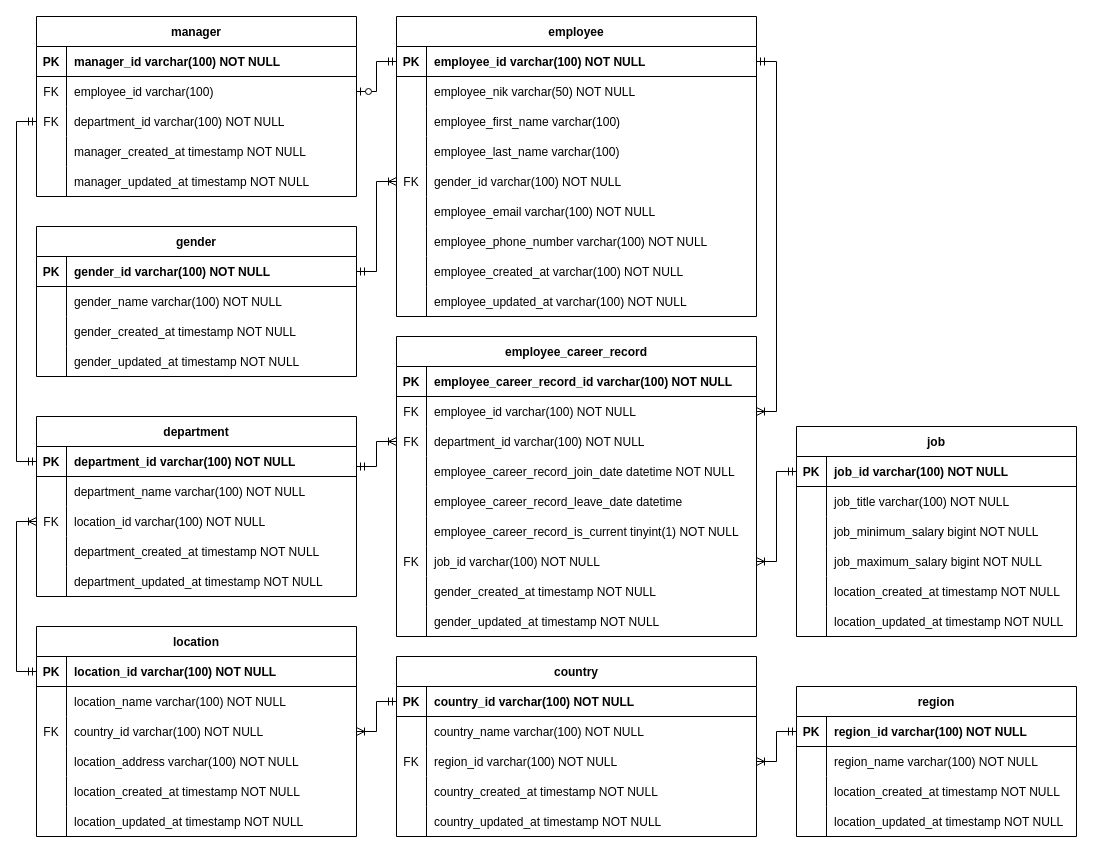
Earlier version of the draw.io diagram pre-test-HRIS.drawio (azmiadhani/diagramsnet). Source tidied: cells renumbered, new cells numbered last; positions are measured from the earlier drawing's top-left corner, leaving out a move shared by most shapes. Both pictures are drawn from the tidied source at 100%, with x=0, y=0 at pixel (16, 16).
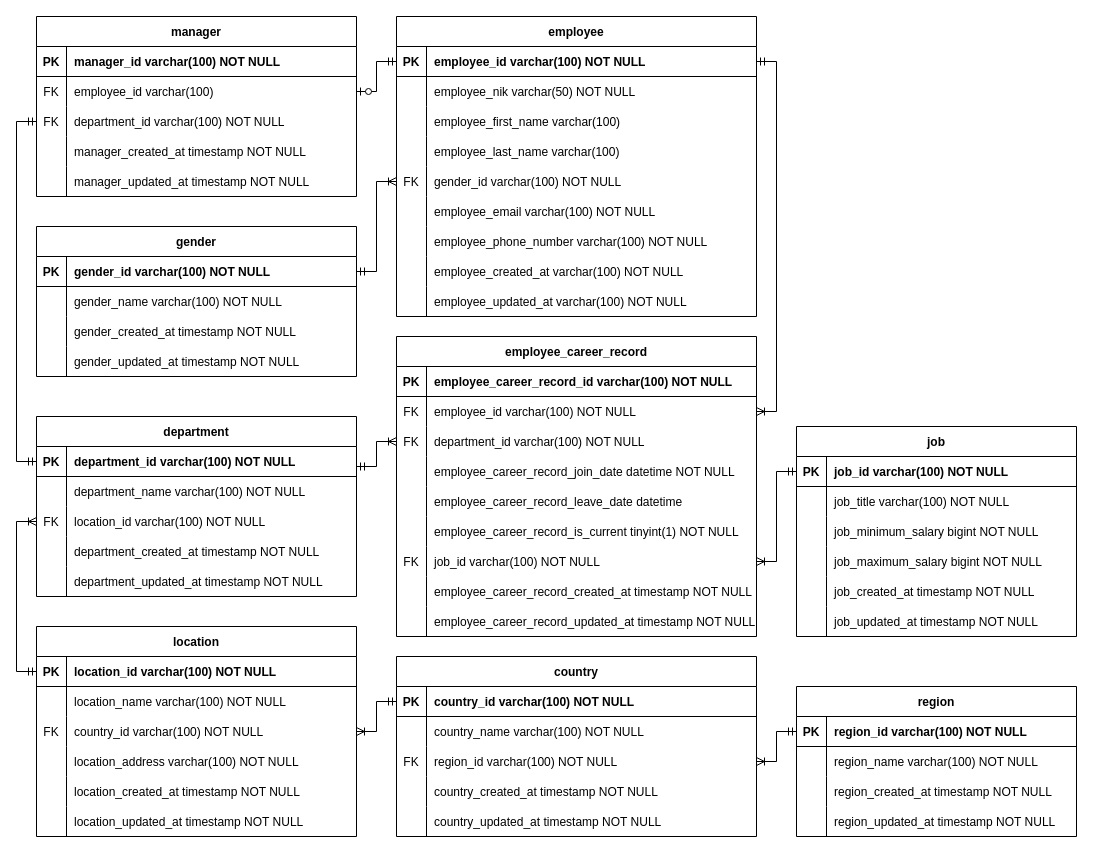
The same page after the edit.

The change refers to these unchanged cells:
```xml
<mxCell id="97" style="shape=partialRectangle;fillColor=none;top=0;left=0;right=0;bottom=0;" parent="75" vertex="1">
  <mxGeometry y="240" width="360" height="30" as="geometry" />
</mxCell>
<mxCell id="100" style="shape=partialRectangle;fillColor=none;top=0;left=0;right=0;bottom=0;" parent="75" vertex="1">
  <mxGeometry y="270" width="360" height="30" as="geometry" />
</mxCell>
<mxCell id="154" style="shape=partialRectangle;fillColor=none;top=0;left=0;right=0;bottom=0;" parent="141" vertex="1">
  <mxGeometry y="150" width="280" height="30" as="geometry" />
</mxCell>
<mxCell id="157" style="shape=partialRectangle;fillColor=none;top=0;left=0;right=0;bottom=0;" parent="141" vertex="1">
  <mxGeometry y="180" width="280" height="30" as="geometry" />
</mxCell>
<mxCell id="167" style="shape=partialRectangle;fillColor=none;top=0;left=0;right=0;bottom=0;" parent="160" vertex="1">
  <mxGeometry y="90" width="280" height="30" as="geometry" />
</mxCell>
<mxCell id="170" style="shape=partialRectangle;fillColor=none;top=0;left=0;right=0;bottom=0;" parent="160" vertex="1">
  <mxGeometry y="120" width="280" height="30" as="geometry" />
</mxCell>
```

Diff of the diagram source:
```diff
@@
-    <mxCell id="99" value="gender_created_at timestamp NOT NULL" style="shape=partialRectangle;overflow=hidden;fillColor=none;top=0;left=0;bottom=0;right=0;align=left;spacingLeft=6;" parent="97" vertex="1">
+    <mxCell id="99" value="employee_career_record_created_at timestamp NOT NULL" style="shape=partialRectangle;overflow=hidden;fillColor=none;top=0;left=0;bottom=0;right=0;align=left;spacingLeft=6;" parent="97" vertex="1">
       <mxGeometry x="30" width="330" height="30" as="geometry" />
     </mxCell>
@@
-    <mxCell id="102" value="gender_updated_at timestamp NOT NULL" style="shape=partialRectangle;overflow=hidden;fillColor=none;top=0;left=0;bottom=0;right=0;align=left;spacingLeft=6;" parent="100" vertex="1">
+    <mxCell id="102" value="employee_career_record_updated_at timestamp NOT NULL" style="shape=partialRectangle;overflow=hidden;fillColor=none;top=0;left=0;bottom=0;right=0;align=left;spacingLeft=6;" parent="100" vertex="1">
       <mxGeometry x="30" width="330" height="30" as="geometry" />
     </mxCell>
@@
-    <mxCell id="156" value="location_created_at timestamp NOT NULL" style="shape=partialRectangle;overflow=hidden;fillColor=none;top=0;left=0;bottom=0;right=0;align=left;spacingLeft=6;" parent="154" vertex="1">
+    <mxCell id="156" value="job_created_at timestamp NOT NULL" style="shape=partialRectangle;overflow=hidden;fillColor=none;top=0;left=0;bottom=0;right=0;align=left;spacingLeft=6;" parent="154" vertex="1">
       <mxGeometry x="30" width="250" height="30" as="geometry" />
     </mxCell>
@@
-    <mxCell id="159" value="location_updated_at timestamp NOT NULL" style="shape=partialRectangle;overflow=hidden;fillColor=none;top=0;left=0;bottom=0;right=0;align=left;spacingLeft=6;" parent="157" vertex="1">
+    <mxCell id="159" value="job_updated_at timestamp NOT NULL" style="shape=partialRectangle;overflow=hidden;fillColor=none;top=0;left=0;bottom=0;right=0;align=left;spacingLeft=6;" parent="157" vertex="1">
       <mxGeometry x="30" width="250" height="30" as="geometry" />
     </mxCell>
@@
-    <mxCell id="169" value="location_created_at timestamp NOT NULL" style="shape=partialRectangle;overflow=hidden;fillColor=none;top=0;left=0;bottom=0;right=0;align=left;spacingLeft=6;" parent="167" vertex="1">
+    <mxCell id="169" value="region_created_at timestamp NOT NULL" style="shape=partialRectangle;overflow=hidden;fillColor=none;top=0;left=0;bottom=0;right=0;align=left;spacingLeft=6;" parent="167" vertex="1">
       <mxGeometry x="30" width="250" height="30" as="geometry" />
     </mxCell>
@@
-    <mxCell id="172" value="location_updated_at timestamp NOT NULL" style="shape=partialRectangle;overflow=hidden;fillColor=none;top=0;left=0;bottom=0;right=0;align=left;spacingLeft=6;" parent="170" vertex="1">
+    <mxCell id="172" value="region_updated_at timestamp NOT NULL" style="shape=partialRectangle;overflow=hidden;fillColor=none;top=0;left=0;bottom=0;right=0;align=left;spacingLeft=6;" parent="170" vertex="1">
       <mxGeometry x="30" width="250" height="30" as="geometry" />
     </mxCell>
```
